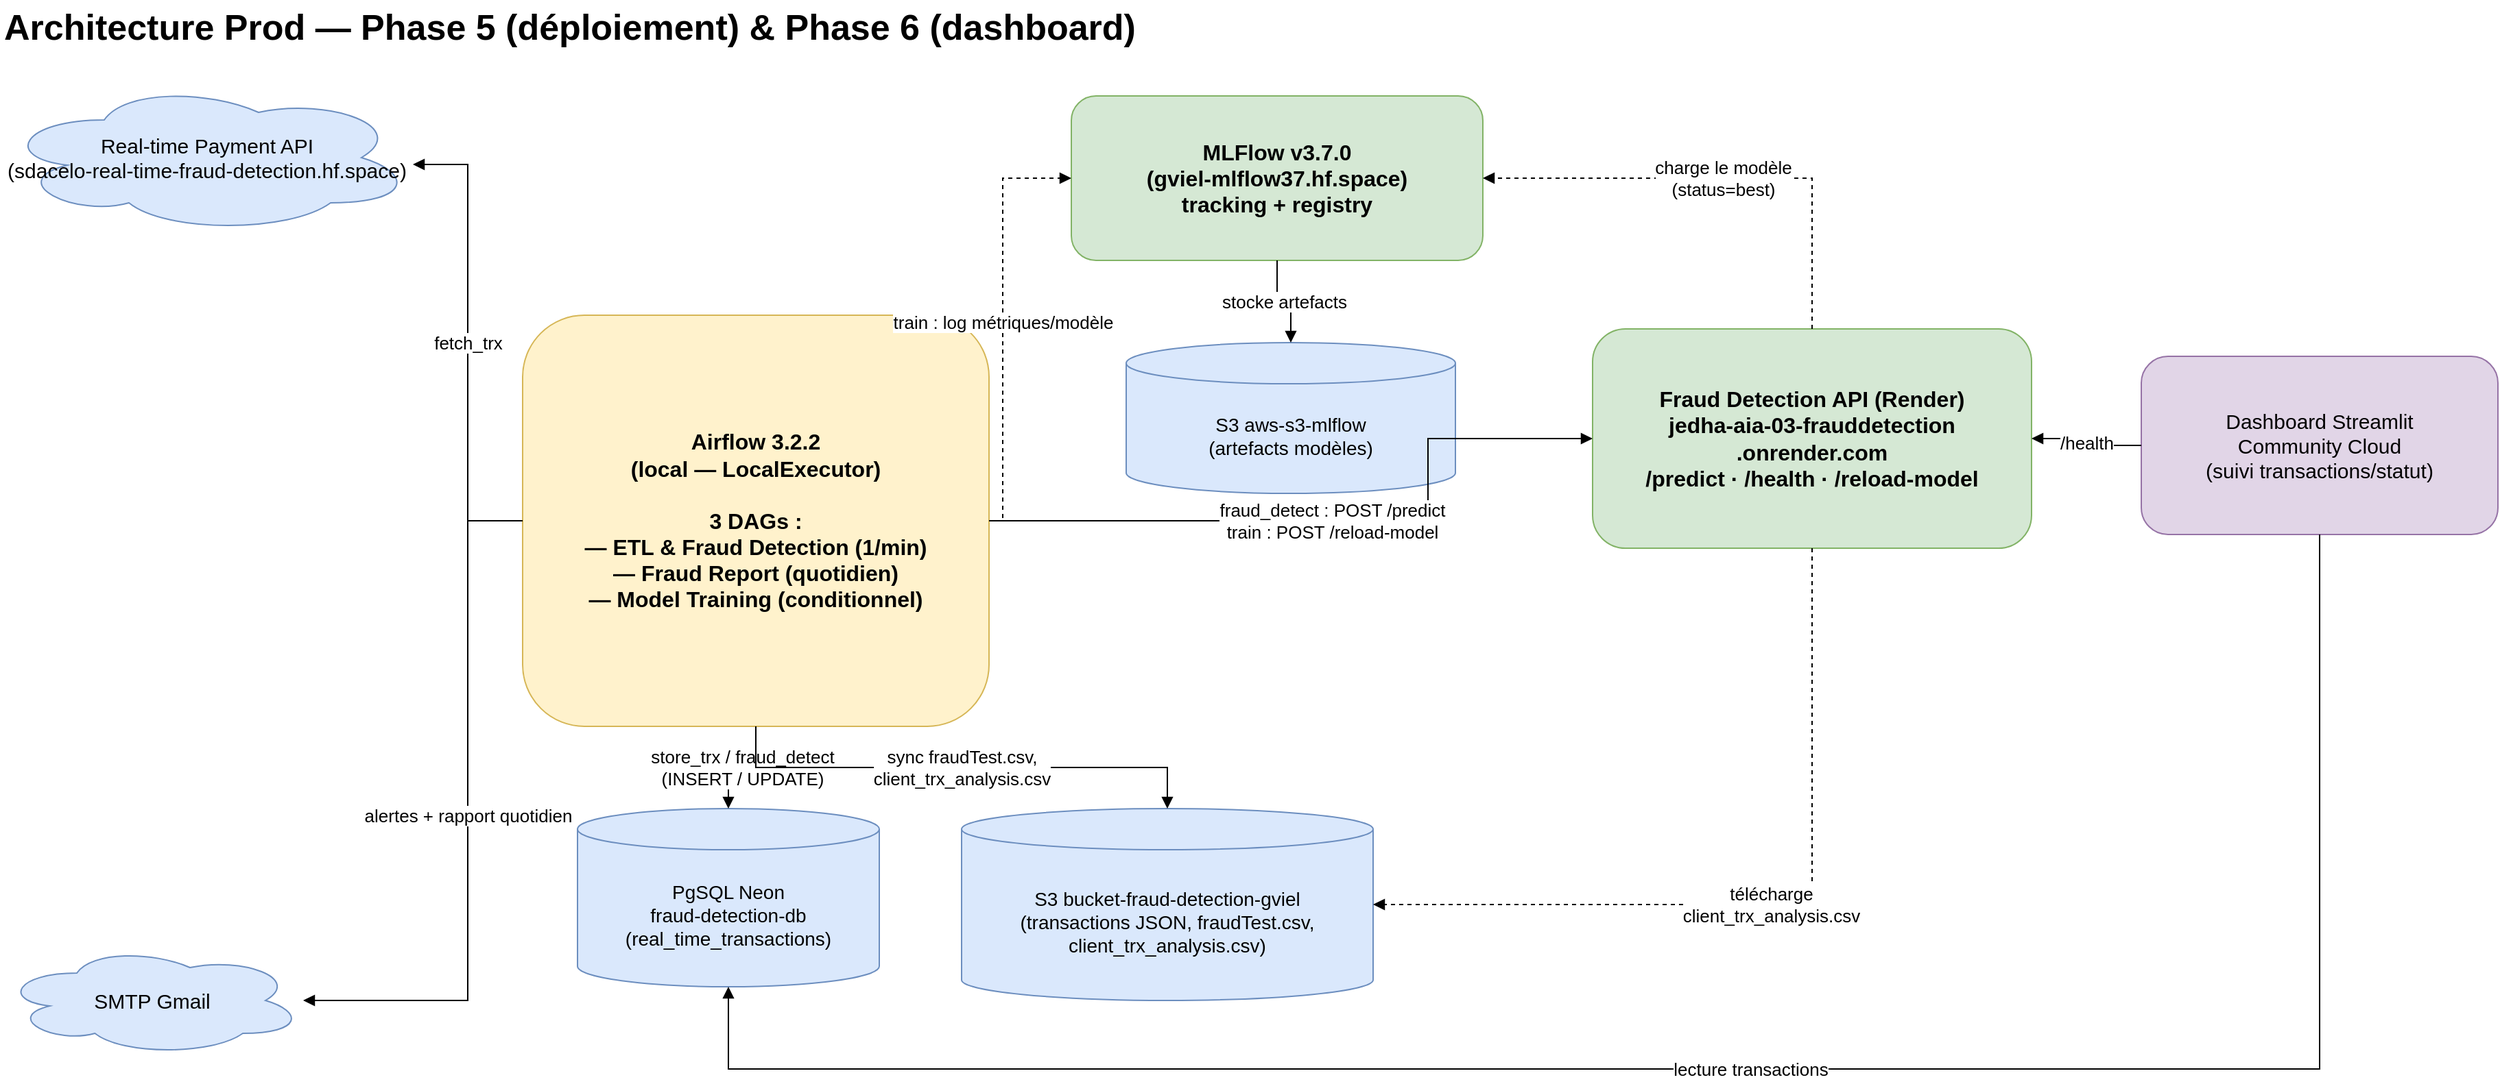
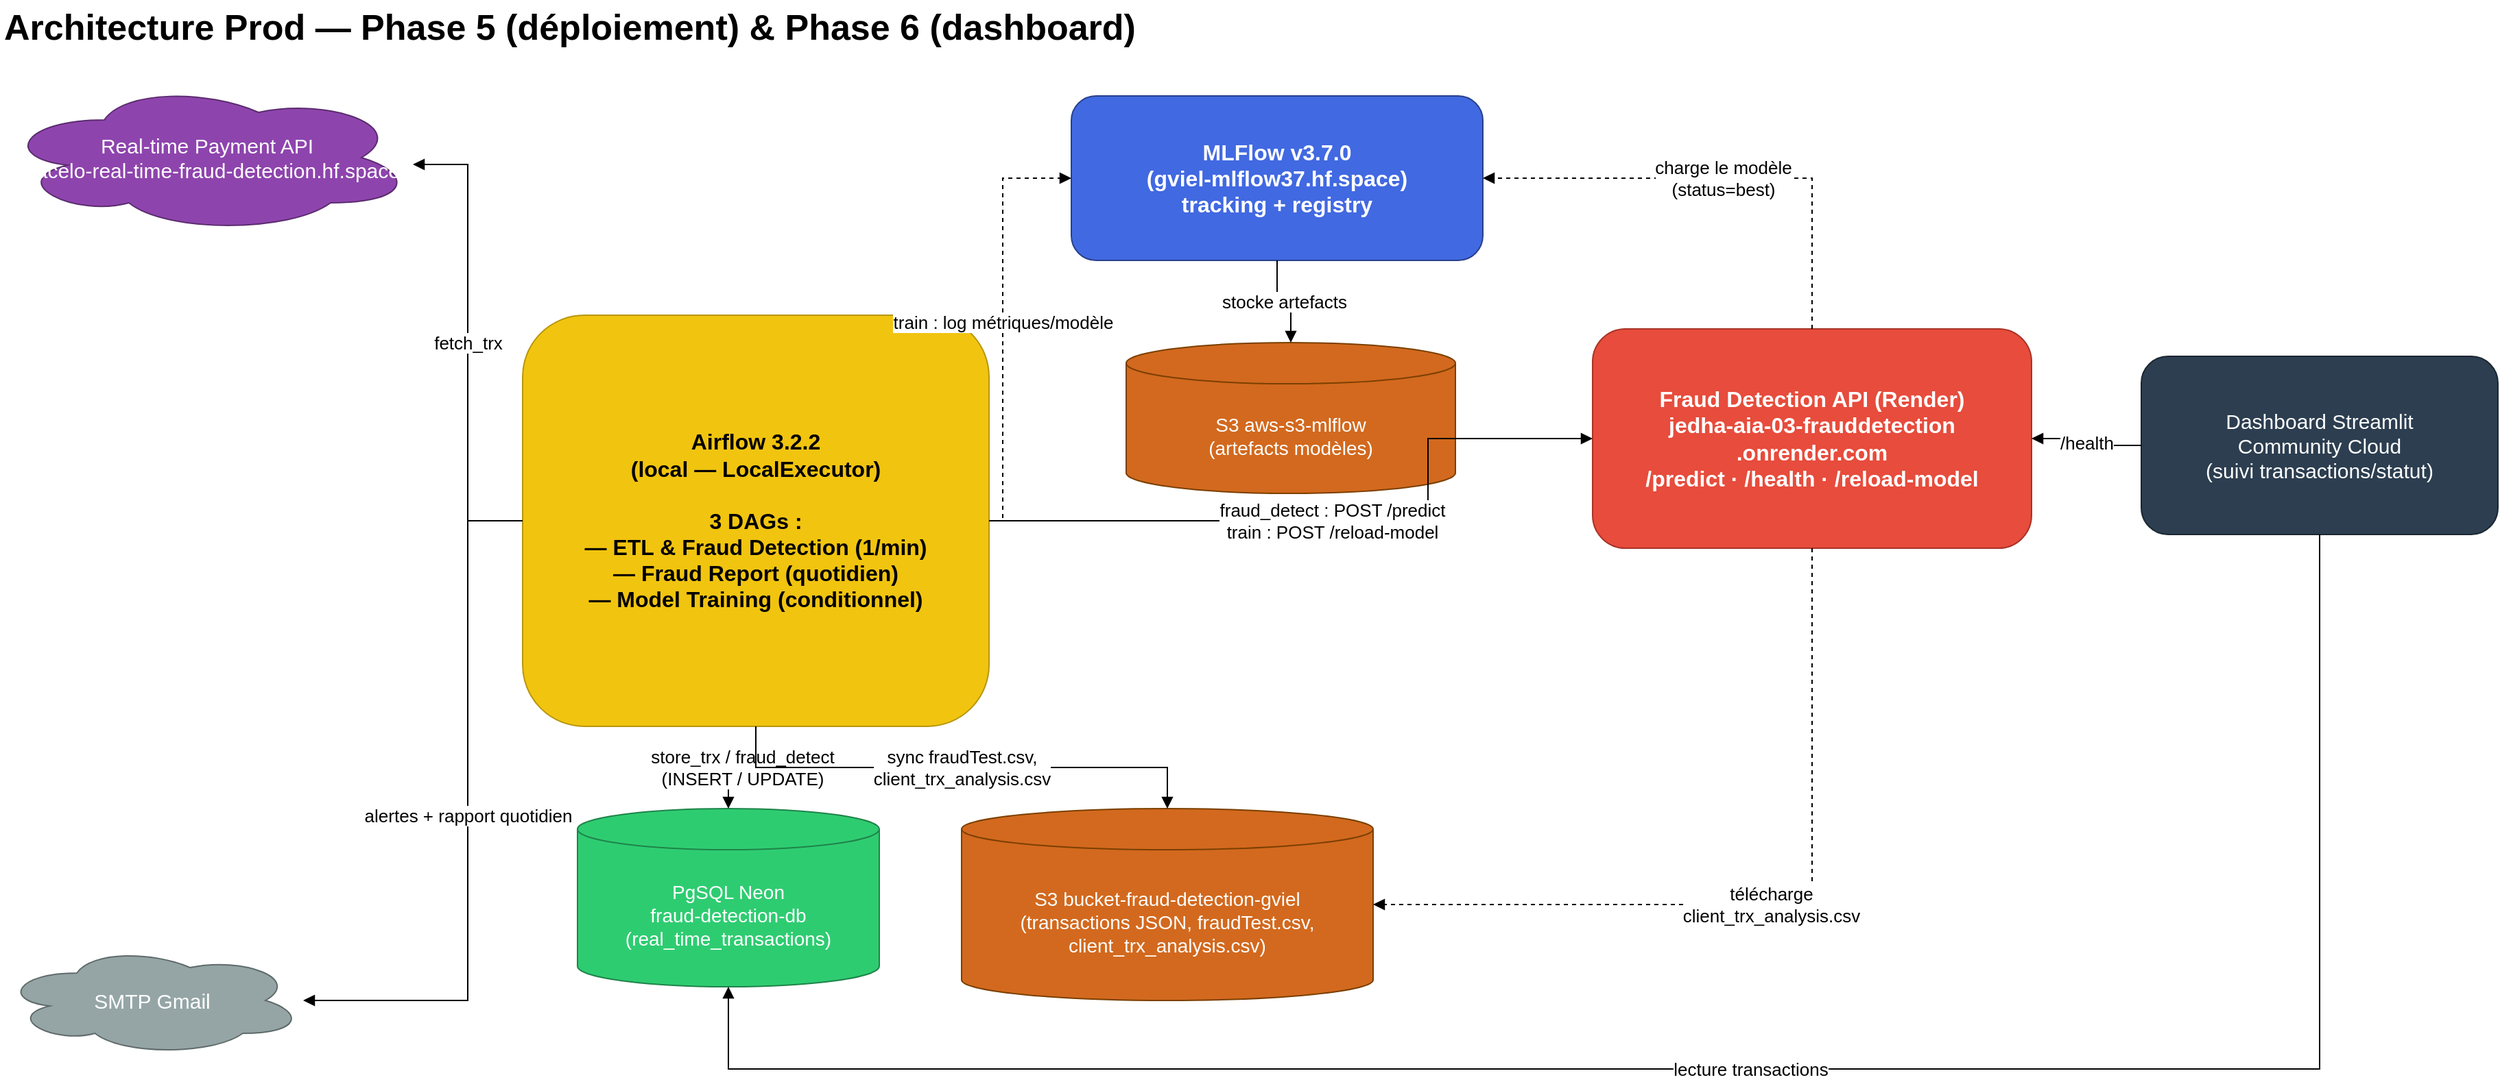
<mxfile host="app.diagrams.net" agent="claude-code" version="24.0.0">
  <diagram id="prod-architecture" name="Architecture Prod (Phase 5-6)">
    <mxGraphModel dx="1600" dy="900" grid="1" gridSize="10" guides="1" tooltips="1" connect="1" arrows="1" fold="1" page="1" pageScale="1" pageWidth="1920" pageHeight="850" math="0" shadow="0">
      <root>
        <mxCell id="0" />
        <mxCell id="1" parent="0" />

        <!-- Title -->
        <mxCell id="title" value="Architecture Prod — Phase 5 (déploiement) &amp; Phase 6 (dashboard)" style="text;html=1;fontSize=26;fontStyle=1;align=left;verticalAlign=middle;" vertex="1" parent="1">
          <mxGeometry x="40" y="10" width="1000" height="40" as="geometry" />
        </mxCell>

        <!-- External systems -->
-         <mxCell id="jedha" value="Real-time Payment API&#10;(sdacelo-real-time-fraud-detection.hf.space)" style="shape=cloud;whiteSpace=wrap;html=1;fillColor=#dae8fc;strokeColor=#6c8ebf;fontSize=15;" vertex="1" parent="1">
+         <mxCell id="jedha" value="Real-time Payment API&#10;(sdacelo-real-time-fraud-detection.hf.space)" style="shape=cloud;whiteSpace=wrap;html=1;fillColor=#8e44ad;strokeColor=#5b2c6f;fontColor=#ffffff;fontSize=15;" vertex="1" parent="1">
          <mxGeometry x="40" y="70" width="300" height="110" as="geometry" />
        </mxCell>
-         <mxCell id="smtp" value="SMTP Gmail" style="shape=cloud;whiteSpace=wrap;html=1;fillColor=#dae8fc;strokeColor=#6c8ebf;fontSize=15;" vertex="1" parent="1">
+         <mxCell id="smtp" value="SMTP Gmail" style="shape=cloud;whiteSpace=wrap;html=1;fillColor=#95a5a6;strokeColor=#5f6a6a;fontColor=#ffffff;fontSize=15;" vertex="1" parent="1">
          <mxGeometry x="40" y="700" width="220" height="80" as="geometry" />
        </mxCell>

        <!-- Airflow (single block, local) -->
-         <mxCell id="airflow" value="Airflow 3.2.2&#10;(local — LocalExecutor)&#10;&#10;3 DAGs :&#10;— ETL &amp; Fraud Detection (1/min)&#10;— Fraud Report (quotidien)&#10;— Model Training (conditionnel)" style="rounded=1;whiteSpace=wrap;html=1;fillColor=#fff2cc;strokeColor=#d6b656;fontSize=16;fontStyle=1;align=center;verticalAlign=middle;" vertex="1" parent="1">
+         <mxCell id="airflow" value="Airflow 3.2.2&#10;(local — LocalExecutor)&#10;&#10;3 DAGs :&#10;— ETL &amp; Fraud Detection (1/min)&#10;— Fraud Report (quotidien)&#10;— Model Training (conditionnel)" style="rounded=1;whiteSpace=wrap;html=1;fillColor=#f1c40f;strokeColor=#b7950b;fontSize=16;fontStyle=1;align=center;verticalAlign=middle;" vertex="1" parent="1">
          <mxGeometry x="420" y="240" width="340" height="300" as="geometry" />
        </mxCell>

        <!-- Data layer -->
-         <mxCell id="neon" value="PgSQL Neon&#10;fraud-detection-db&#10;(real_time_transactions)" style="shape=cylinder3;whiteSpace=wrap;html=1;boundedLbl=1;backgroundOutline=1;size=15;fillColor=#dae8fc;strokeColor=#6c8ebf;fontSize=14;" vertex="1" parent="1">
+         <mxCell id="neon" value="PgSQL Neon&#10;fraud-detection-db&#10;(real_time_transactions)" style="shape=cylinder3;whiteSpace=wrap;html=1;boundedLbl=1;backgroundOutline=1;size=15;fillColor=#2ecc71;strokeColor=#1e8449;fontColor=#ffffff;fontSize=14;" vertex="1" parent="1">
          <mxGeometry x="460" y="600" width="220" height="130" as="geometry" />
        </mxCell>
-         <mxCell id="s3Trx" value="S3 bucket-fraud-detection-gviel&#10;(transactions JSON, fraudTest.csv,&#10;client_trx_analysis.csv)" style="shape=cylinder3;whiteSpace=wrap;html=1;boundedLbl=1;backgroundOutline=1;size=15;fillColor=#dae8fc;strokeColor=#6c8ebf;fontSize=14;" vertex="1" parent="1">
+         <mxCell id="s3Trx" value="S3 bucket-fraud-detection-gviel&#10;(transactions JSON, fraudTest.csv,&#10;client_trx_analysis.csv)" style="shape=cylinder3;whiteSpace=wrap;html=1;boundedLbl=1;backgroundOutline=1;size=15;fillColor=#d2691e;strokeColor=#7b3f00;fontColor=#ffffff;fontSize=14;" vertex="1" parent="1">
          <mxGeometry x="740" y="600" width="300" height="140" as="geometry" />
        </mxCell>

        <!-- MLFlow + artifact store -->
-         <mxCell id="mlflow" value="MLFlow v3.7.0&#10;(gviel-mlflow37.hf.space)&#10;tracking + registry" style="rounded=1;whiteSpace=wrap;html=1;fillColor=#d5e8d4;strokeColor=#82b366;fontSize=16;fontStyle=1;" vertex="1" parent="1">
+         <mxCell id="mlflow" value="MLFlow v3.7.0&#10;(gviel-mlflow37.hf.space)&#10;tracking + registry" style="rounded=1;whiteSpace=wrap;html=1;fillColor=#4169e1;strokeColor=#27408b;fontColor=#ffffff;fontSize=16;fontStyle=1;" vertex="1" parent="1">
          <mxGeometry x="820" y="80" width="300" height="120" as="geometry" />
        </mxCell>
-         <mxCell id="s3Mlflow" value="S3 aws-s3-mlflow&#10;(artefacts modèles)" style="shape=cylinder3;whiteSpace=wrap;html=1;boundedLbl=1;backgroundOutline=1;size=15;fillColor=#dae8fc;strokeColor=#6c8ebf;fontSize=14;" vertex="1" parent="1">
+         <mxCell id="s3Mlflow" value="S3 aws-s3-mlflow&#10;(artefacts modèles)" style="shape=cylinder3;whiteSpace=wrap;html=1;boundedLbl=1;backgroundOutline=1;size=15;fillColor=#d2691e;strokeColor=#7b3f00;fontColor=#ffffff;fontSize=14;" vertex="1" parent="1">
          <mxGeometry x="860" y="260" width="240" height="110" as="geometry" />
        </mxCell>

        <!-- Fraud Detection API (Render) -->
-         <mxCell id="renderApi" value="Fraud Detection API (Render)&#10;jedha-aia-03-frauddetection&#10;.onrender.com&#10;/predict · /health · /reload-model" style="rounded=1;whiteSpace=wrap;html=1;fillColor=#d5e8d4;strokeColor=#82b366;fontSize=16;fontStyle=1;" vertex="1" parent="1">
+         <mxCell id="renderApi" value="Fraud Detection API (Render)&#10;jedha-aia-03-frauddetection&#10;.onrender.com&#10;/predict · /health · /reload-model" style="rounded=1;whiteSpace=wrap;html=1;fillColor=#e74c3c;strokeColor=#a93226;fontColor=#ffffff;fontSize=16;fontStyle=1;" vertex="1" parent="1">
          <mxGeometry x="1200" y="250" width="320" height="160" as="geometry" />
        </mxCell>

        <!-- Streamlit Dashboard -->
-         <mxCell id="dashboard" value="Dashboard Streamlit&#10;Community Cloud&#10;(suivi transactions/statut)" style="rounded=1;whiteSpace=wrap;html=1;fillColor=#e1d5e7;strokeColor=#9673a6;fontSize=15;" vertex="1" parent="1">
+         <mxCell id="dashboard" value="Dashboard Streamlit&#10;Community Cloud&#10;(suivi transactions/statut)" style="rounded=1;whiteSpace=wrap;html=1;fillColor=#2c3e50;strokeColor=#1b2631;fontColor=#ffffff;fontSize=15;" vertex="1" parent="1">
          <mxGeometry x="1600" y="270" width="260" height="130" as="geometry" />
        </mxCell>

        <!-- Edges: Airflow -->
        <mxCell id="e1" value="fetch_trx" style="edgeStyle=orthogonalEdgeStyle;rounded=0;html=1;endArrow=block;fontSize=13;" edge="1" parent="1" source="airflow" target="jedha">
          <mxGeometry relative="1" as="geometry">
            <Array as="points">
              <mxPoint x="380" y="130" />
            </Array>
          </mxGeometry>
        </mxCell>

        <mxCell id="e2" value="store_trx / fraud_detect&#10;(INSERT / UPDATE)" style="edgeStyle=orthogonalEdgeStyle;rounded=0;html=1;endArrow=block;fontSize=13;" edge="1" parent="1" source="airflow" target="neon">
          <mxGeometry relative="1" as="geometry" />
        </mxCell>

        <mxCell id="e3" value="sync fraudTest.csv,&#10;client_trx_analysis.csv" style="edgeStyle=orthogonalEdgeStyle;rounded=0;html=1;endArrow=block;fontSize=13;" edge="1" parent="1" source="airflow" target="s3Trx">
          <mxGeometry relative="1" as="geometry" />
        </mxCell>

        <mxCell id="e4" value="fraud_detect : POST /predict&#10;train : POST /reload-model" style="edgeStyle=orthogonalEdgeStyle;rounded=0;html=1;endArrow=block;fontSize=13;" edge="1" parent="1" source="airflow" target="renderApi">
          <mxGeometry relative="1" as="geometry">
            <Array as="points">
              <mxPoint x="1080" y="390" />
            </Array>
          </mxGeometry>
        </mxCell>

        <mxCell id="e5" value="train : log métriques/modèle" style="edgeStyle=orthogonalEdgeStyle;rounded=0;html=1;endArrow=block;fontSize=13;dashed=1;" edge="1" parent="1" source="airflow" target="mlflow">
          <mxGeometry relative="1" as="geometry">
            <Array as="points">
              <mxPoint x="770" y="140" />
            </Array>
          </mxGeometry>
        </mxCell>

        <mxCell id="e6" value="alertes + rapport quotidien" style="edgeStyle=orthogonalEdgeStyle;rounded=0;html=1;endArrow=block;fontSize=13;" edge="1" parent="1" source="airflow" target="smtp">
          <mxGeometry relative="1" as="geometry">
            <Array as="points">
              <mxPoint x="380" y="740" />
            </Array>
          </mxGeometry>
        </mxCell>

        <!-- Edges: MLFlow -->
        <mxCell id="e7" value="stocke artefacts" style="edgeStyle=orthogonalEdgeStyle;rounded=0;html=1;endArrow=block;fontSize=13;" edge="1" parent="1" source="mlflow" target="s3Mlflow">
          <mxGeometry relative="1" as="geometry" />
        </mxCell>

        <!-- Edges: Render API -->
        <mxCell id="e8" value="charge le modèle&#10;(status=best)" style="edgeStyle=orthogonalEdgeStyle;rounded=0;html=1;endArrow=block;fontSize=13;dashed=1;" edge="1" parent="1" source="renderApi" target="mlflow">
          <mxGeometry relative="1" as="geometry">
            <Array as="points">
              <mxPoint x="1360" y="140" />
            </Array>
          </mxGeometry>
        </mxCell>

        <mxCell id="e9" value="télécharge&#10;client_trx_analysis.csv" style="edgeStyle=orthogonalEdgeStyle;rounded=0;html=1;endArrow=block;fontSize=13;dashed=1;" edge="1" parent="1" source="renderApi" target="s3Trx">
          <mxGeometry relative="1" as="geometry">
            <Array as="points">
              <mxPoint x="1360" y="670" />
            </Array>
          </mxGeometry>
        </mxCell>

        <!-- Edges: Dashboard -->
        <mxCell id="e10" value="lecture transactions" style="edgeStyle=orthogonalEdgeStyle;rounded=0;html=1;endArrow=block;fontSize=13;" edge="1" parent="1" source="dashboard" target="neon">
          <mxGeometry relative="1" as="geometry">
            <Array as="points">
              <mxPoint x="1730" y="790" />
              <mxPoint x="570" y="790" />
            </Array>
          </mxGeometry>
        </mxCell>

        <mxCell id="e11" value="/health" style="edgeStyle=orthogonalEdgeStyle;rounded=0;html=1;endArrow=block;fontSize=13;" edge="1" parent="1" source="dashboard" target="renderApi">
          <mxGeometry relative="1" as="geometry" />
        </mxCell>

      </root>
    </mxGraphModel>
  </diagram>
</mxfile>
